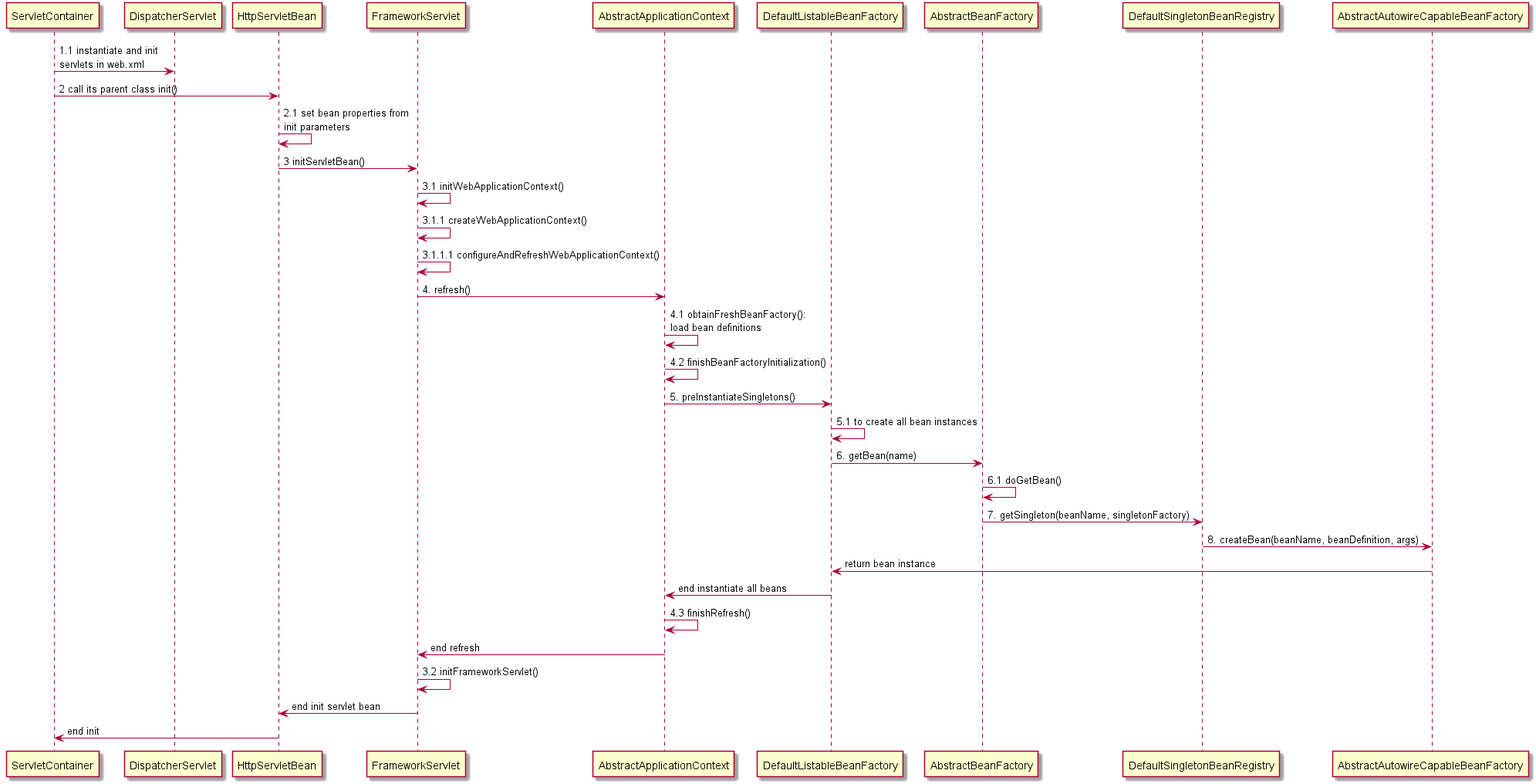
tg-playground/code-example-java keeps this PlantUML diagram as java-web/spring-framework-ioc/docs/spring-ioc-sequence-diagram.png. Above is the earlier version.
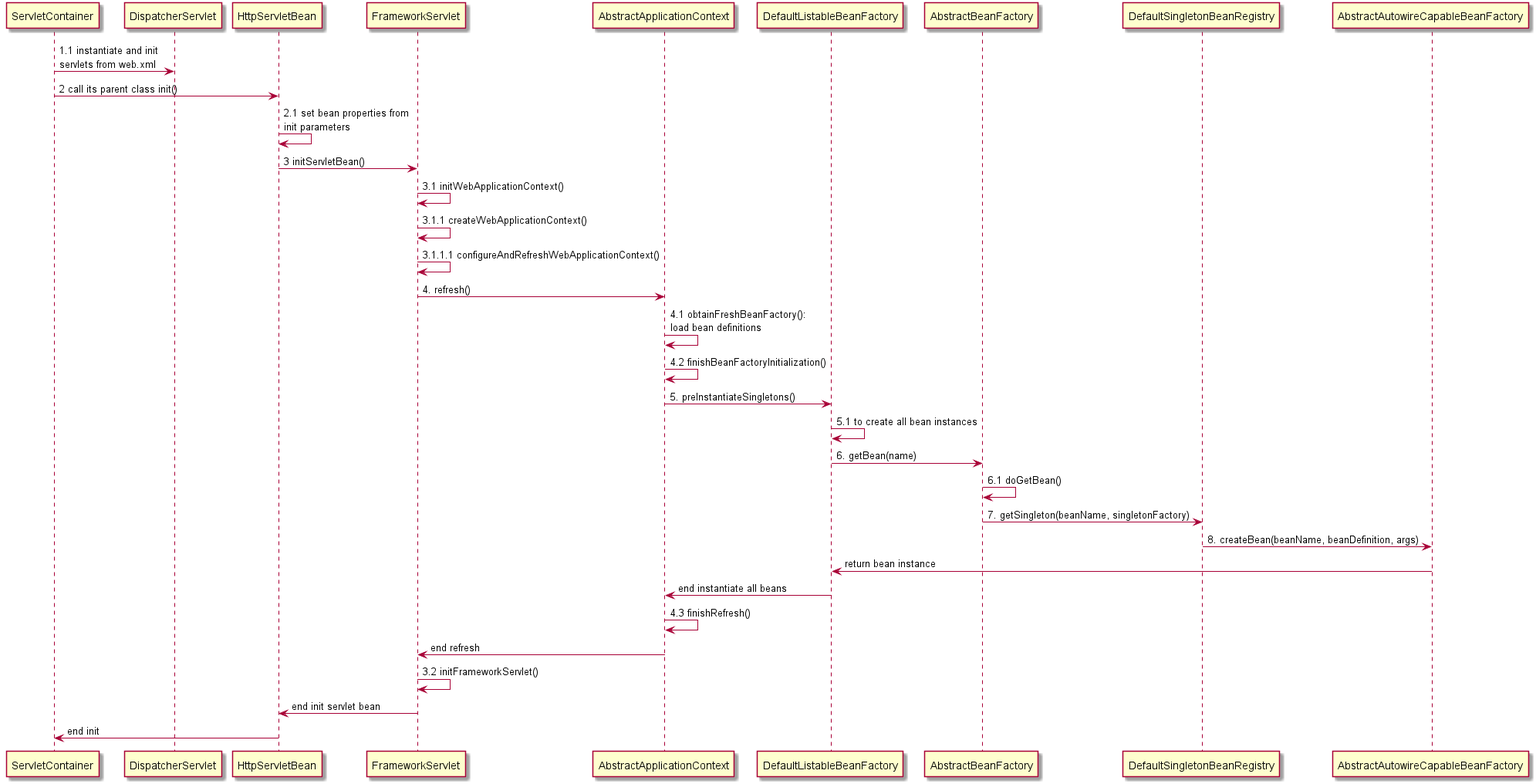
The same diagram one commit later.

Commit message:
refactor: Update the spring-ioc

Change to the diagram source:
```diff
@@ -1,6 +1,6 @@
 @startuml
 
-ServletContainer -> DispatcherServlet: 1.1 instantiate and init \nservlets in web.xml
+ServletContainer -> DispatcherServlet: 1.1 instantiate and init \nservlets from web.xml
 ServletContainer -> HttpServletBean: 2 call its parent class init()
 HttpServletBean -> HttpServletBean: 2.1 set bean properties from \ninit parameters
 HttpServletBean -> FrameworkServlet: 3 initServletBean()
```
